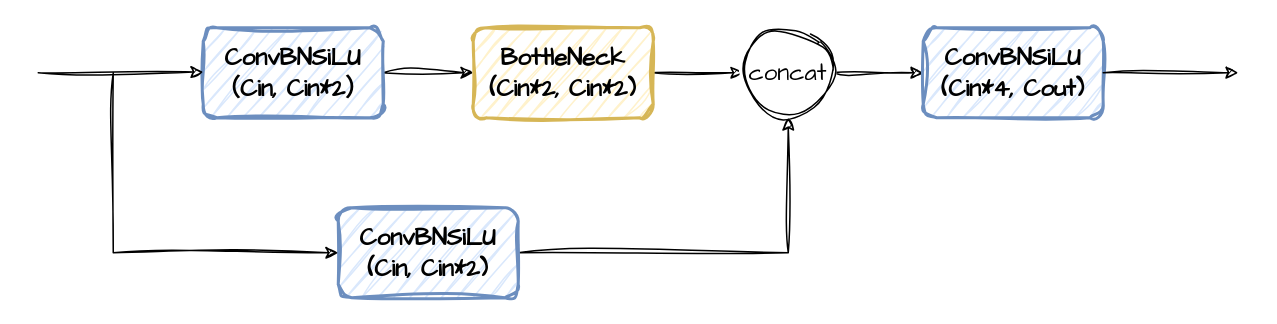
Before: page "C3" (4 of 21) of figs.drawio in 225ceV/tiny, a draw.io diagram. Source tidied: cells renumbered, new cells numbered last; positions are measured from the earlier drawing's top-left corner, leaving out a move shared by most shapes. Both pictures are drawn from the tidied source at 150%, with x=0, y=0 at pixel (38, 27).
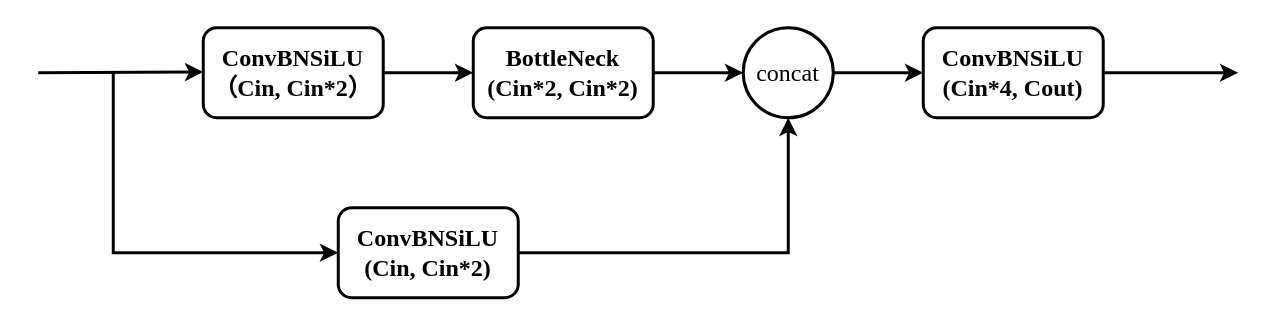
The same page after the edit.

What changed in the source:
```diff
@@
 <mxGraphModel>
   <root>
     <mxCell id="0" />
     <mxCell id="1" parent="0" />
-    <mxCell id="2" style="edgeStyle=orthogonalEdgeStyle;rounded=0;jettySize=auto;html=1;exitX=1;exitY=0.5;exitDx=0;exitDy=0;entryX=0;entryY=0.5;entryDx=0;entryDy=0;sketch=1;curveFitting=1;jiggle=2;" parent="1" edge="1" source="3" target="5">
+    <mxCell id="2" style="edgeStyle=orthogonalEdgeStyle;rounded=0;jettySize=auto;html=1;exitX=1;exitY=0.5;exitDx=0;exitDy=0;entryX=0;entryY=0.5;entryDx=0;entryDy=0;fontFamily=Times New Roman;strokeWidth=2;" parent="1" edge="1" source="3" target="5">
       <mxGeometry relative="1" as="geometry" />
     </mxCell>
-    <mxCell id="3" value="&lt;font style=&quot;font-size: 16px;&quot;&gt;&lt;b&gt;&lt;font face=&quot;Comic Sans MS&quot;&gt;ConvBNSiLU&lt;br&gt;（Cin, Cin*2）&lt;/font&gt;&lt;br&gt;&lt;/b&gt;&lt;/font&gt;" style="rounded=1;whiteSpace=wrap;html=1;fillColor=#dae8fc;strokeColor=#6c8ebf;strokeWidth=2;sketch=1;curveFitting=1;jiggle=2;" parent="1" vertex="1">
+    <mxCell id="3" value="&lt;font style=&quot;font-size: 16px;&quot;&gt;&lt;b&gt;&lt;font&gt;ConvBNSiLU&lt;br&gt;（Cin, Cin*2）&lt;/font&gt;&lt;br&gt;&lt;/b&gt;&lt;/font&gt;" style="rounded=1;whiteSpace=wrap;html=1;strokeWidth=2;fontFamily=Times New Roman;" parent="1" vertex="1">
       <mxGeometry x="110" width="120" height="60" as="geometry" />
     </mxCell>
-    <mxCell id="4" style="edgeStyle=orthogonalEdgeStyle;rounded=0;jettySize=auto;html=1;sketch=1;curveFitting=1;jiggle=2;" parent="1" edge="1" source="5" target="7">
+    <mxCell id="4" style="edgeStyle=orthogonalEdgeStyle;rounded=0;jettySize=auto;html=1;fontFamily=Times New Roman;strokeWidth=2;" parent="1" edge="1" source="5" target="7">
       <mxGeometry relative="1" as="geometry" />
     </mxCell>
-    <mxCell id="5" value="&lt;font style=&quot;font-size: 16px;&quot;&gt;&lt;b&gt;&lt;font face=&quot;Comic Sans MS&quot;&gt;BottleNeck&lt;br&gt;(Cin*2, Cin*2)&lt;/font&gt;&lt;br&gt;&lt;/b&gt;&lt;/font&gt;" style="rounded=1;whiteSpace=wrap;html=1;fillColor=#fff2cc;strokeColor=#d6b656;strokeWidth=2;sketch=1;curveFitting=1;jiggle=2;" parent="1" vertex="1">
+    <mxCell id="5" value="&lt;font style=&quot;font-size: 16px;&quot;&gt;&lt;b&gt;&lt;font&gt;BottleNeck&lt;br&gt;(Cin*2, Cin*2)&lt;/font&gt;&lt;br&gt;&lt;/b&gt;&lt;/font&gt;" style="rounded=1;whiteSpace=wrap;html=1;strokeWidth=2;fontFamily=Times New Roman;" parent="1" vertex="1">
       <mxGeometry x="290" width="120" height="60" as="geometry" />
     </mxCell>
-    <mxCell id="6" style="edgeStyle=orthogonalEdgeStyle;rounded=0;jettySize=auto;html=1;sketch=1;curveFitting=1;jiggle=2;" parent="1" edge="1" source="7" target="8">
+    <mxCell id="6" style="edgeStyle=orthogonalEdgeStyle;rounded=0;jettySize=auto;html=1;fontFamily=Times New Roman;strokeWidth=2;" parent="1" edge="1" source="7" target="8">
       <mxGeometry relative="1" as="geometry" />
     </mxCell>
-    <mxCell id="7" value="&lt;font face=&quot;Comic Sans MS&quot; style=&quot;font-size: 16px;&quot;&gt;concat&lt;/font&gt;" style="ellipse;whiteSpace=wrap;html=1;sketch=1;curveFitting=1;jiggle=2;" parent="1" vertex="1">
+    <mxCell id="7" value="&lt;font style=&quot;font-size: 16px;&quot;&gt;concat&lt;/font&gt;" style="ellipse;whiteSpace=wrap;html=1;fontFamily=Times New Roman;strokeWidth=2;" parent="1" vertex="1">
       <mxGeometry x="470" width="60" height="60" as="geometry" />
     </mxCell>
-    <mxCell id="8" value="&lt;font style=&quot;font-size: 16px;&quot;&gt;&lt;b&gt;&lt;font face=&quot;Comic Sans MS&quot;&gt;ConvBNSiLU&lt;br&gt;(Cin*4, Cout)&lt;/font&gt;&lt;br&gt;&lt;/b&gt;&lt;/font&gt;" style="rounded=1;whiteSpace=wrap;html=1;fillColor=#dae8fc;strokeColor=#6c8ebf;strokeWidth=2;sketch=1;curveFitting=1;jiggle=2;" parent="1" vertex="1">
+    <mxCell id="8" value="&lt;font style=&quot;font-size: 16px;&quot;&gt;&lt;b&gt;&lt;font&gt;ConvBNSiLU&lt;br&gt;(Cin*4, Cout)&lt;/font&gt;&lt;br&gt;&lt;/b&gt;&lt;/font&gt;" style="rounded=1;whiteSpace=wrap;html=1;strokeWidth=2;fontFamily=Times New Roman;" parent="1" vertex="1">
       <mxGeometry x="590" width="120" height="60" as="geometry" />
     </mxCell>
-    <mxCell id="9" style="edgeStyle=orthogonalEdgeStyle;rounded=0;jettySize=auto;html=1;exitX=1;exitY=0.5;exitDx=0;exitDy=0;entryX=0.5;entryY=1;entryDx=0;entryDy=0;sketch=1;curveFitting=1;jiggle=2;" parent="1" edge="1" source="10" target="7">
+    <mxCell id="9" style="edgeStyle=orthogonalEdgeStyle;rounded=0;jettySize=auto;html=1;exitX=1;exitY=0.5;exitDx=0;exitDy=0;entryX=0.5;entryY=1;entryDx=0;entryDy=0;fontFamily=Times New Roman;strokeWidth=2;" parent="1" edge="1" source="10" target="7">
       <mxGeometry relative="1" as="geometry" />
     </mxCell>
-    <mxCell id="10" value="&lt;font style=&quot;font-size: 16px;&quot;&gt;&lt;b&gt;&lt;font face=&quot;Comic Sans MS&quot;&gt;ConvBNSiLU&lt;br&gt;(Cin, Cin*2)&lt;/font&gt;&lt;br&gt;&lt;/b&gt;&lt;/font&gt;" style="rounded=1;whiteSpace=wrap;html=1;fillColor=#dae8fc;strokeColor=#6c8ebf;strokeWidth=2;sketch=1;curveFitting=1;jiggle=2;" parent="1" vertex="1">
+    <mxCell id="10" value="&lt;font style=&quot;font-size: 16px;&quot;&gt;&lt;b&gt;&lt;font&gt;ConvBNSiLU&lt;br&gt;(Cin, Cin*2)&lt;/font&gt;&lt;br&gt;&lt;/b&gt;&lt;/font&gt;" style="rounded=1;whiteSpace=wrap;html=1;strokeWidth=2;fontFamily=Times New Roman;" parent="1" vertex="1">
       <mxGeometry x="200" y="120" width="120" height="60" as="geometry" />
     </mxCell>
-    <mxCell id="11" style="endArrow=classic;html=1;rounded=0;sketch=1;curveFitting=1;jiggle=2;" parent="1" edge="1">
+    <mxCell id="11" style="endArrow=classic;html=1;rounded=0;fontFamily=Times New Roman;strokeWidth=2;" parent="1" edge="1">
       <mxGeometry relative="1" as="geometry">
         <mxPoint y="30" as="sourcePoint" />
         <mxPoint x="110" y="29.5" as="targetPoint" />
       </mxGeometry>
     </mxCell>
-    <mxCell id="12" style="endArrow=classic;html=1;rounded=0;entryX=0;entryY=0.5;entryDx=0;entryDy=0;sketch=1;curveFitting=1;jiggle=2;" parent="1" edge="1" target="10">
+    <mxCell id="12" style="endArrow=classic;html=1;rounded=0;entryX=0;entryY=0.5;entryDx=0;entryDy=0;fontFamily=Times New Roman;strokeWidth=2;" parent="1" edge="1" target="10">
       <mxGeometry relative="1" as="geometry">
         <mxPoint x="50" y="30" as="sourcePoint" />
         <Array as="points">
           <mxPoint x="50" y="150" />
         </Array>
       </mxGeometry>
     </mxCell>
-    <mxCell id="13" style="endArrow=classic;html=1;rounded=0;exitX=1;exitY=0.5;exitDx=0;exitDy=0;sketch=1;curveFitting=1;jiggle=2;" parent="1" edge="1" source="8">
+    <mxCell id="13" style="endArrow=classic;html=1;rounded=0;exitX=1;exitY=0.5;exitDx=0;exitDy=0;fontFamily=Times New Roman;strokeWidth=2;" parent="1" edge="1" source="8">
       <mxGeometry relative="1" as="geometry">
         <mxPoint x="800" y="30" as="targetPoint" />
       </mxGeometry>
     </mxCell>
   </root>
 </mxGraphModel>
```
